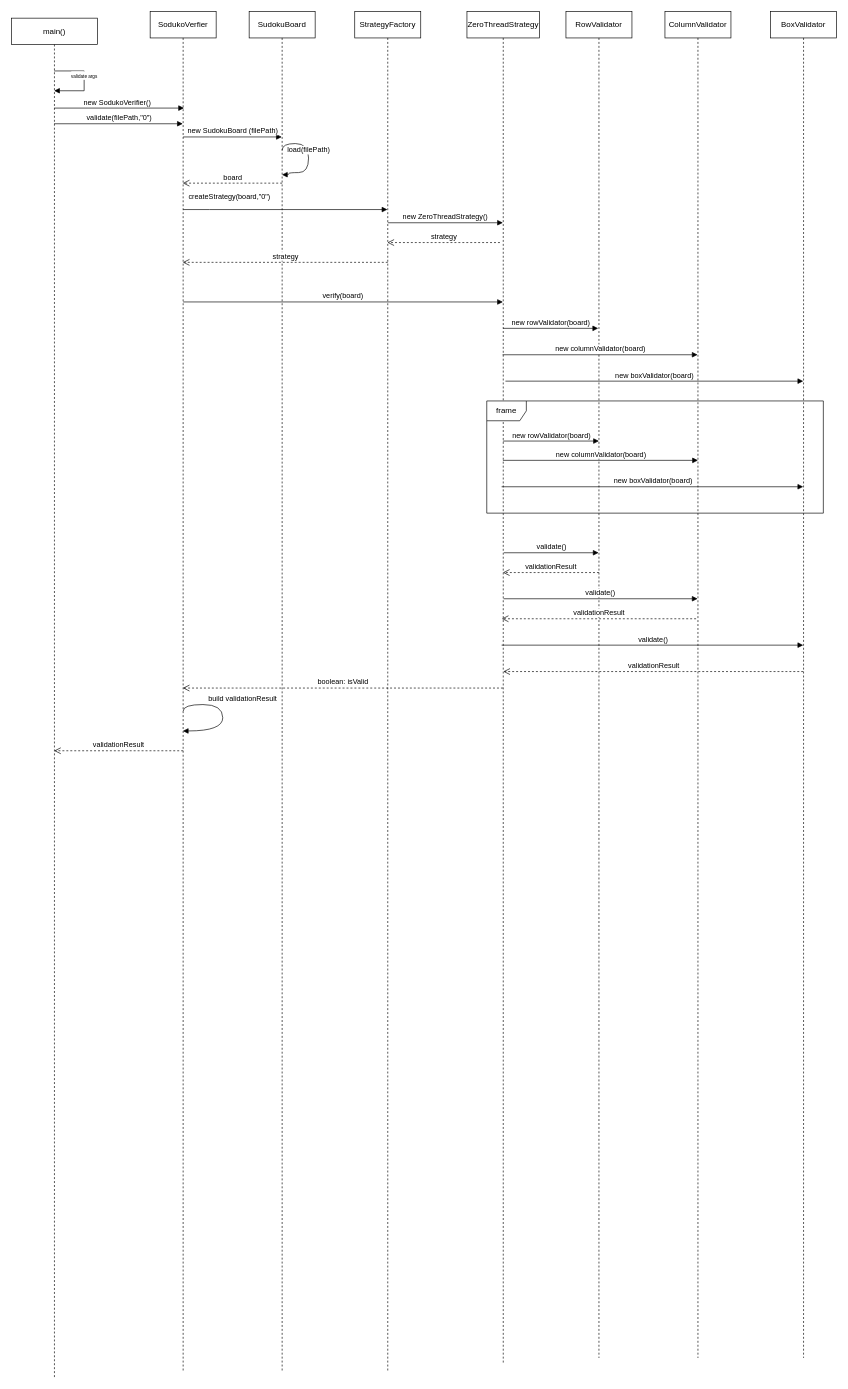
Above: zero method sequence diagram.drawio in sarazaghlool05/Sgame (draw.io), before the change. Source tidied: cells renumbered, new cells numbered last; positions are measured from the earlier drawing's top-left corner, leaving out a move shared by most shapes. Both pictures are drawn from the tidied source at 66%, with x=0, y=0 at pixel (11, 11).
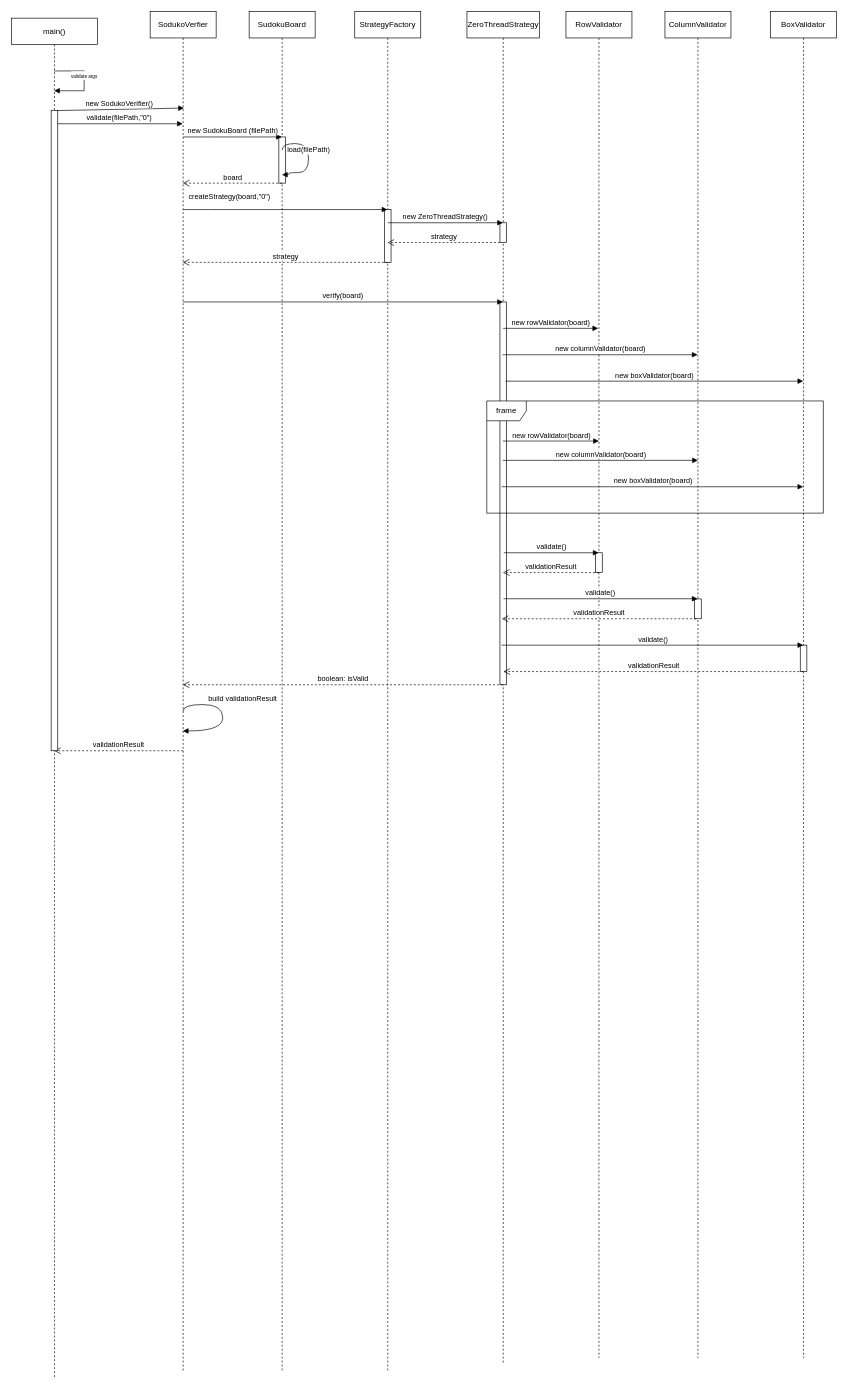
The same page after the edit.

Commit message (it also covers changes not shown here):
added activation line

Unchanged cells that the change refers to:
```xml
<mxCell id="2" value="main()" style="shape=umlLifeline;perimeter=lifelinePerimeter;whiteSpace=wrap;html=1;outlineConnect=0;portConstraint=eastwest;newEdgeStyle={&quot;curved&quot;:0,&quot;rounded&quot;:0};" parent="1" vertex="1">
  <mxGeometry y="10" width="130" height="2060" as="geometry" />
</mxCell>
<mxCell id="3" value="SodukoVerfier" style="shape=umlLifeline;perimeter=lifelinePerimeter;whiteSpace=wrap;html=1;outlineConnect=0;portConstraint=eastwest;newEdgeStyle={&quot;curved&quot;:0,&quot;rounded&quot;:0};" parent="1" vertex="1">
  <mxGeometry x="210" width="100" height="2060" as="geometry" />
</mxCell>
<mxCell id="4" value="BoxValidator" style="shape=umlLifeline;perimeter=lifelinePerimeter;whiteSpace=wrap;html=1;outlineConnect=0;portConstraint=eastwest;newEdgeStyle={&quot;curved&quot;:0,&quot;rounded&quot;:0};" parent="1" vertex="1">
  <mxGeometry x="1150" width="100" height="2040" as="geometry" />
</mxCell>
<mxCell id="5" value="SudokuBoard" style="shape=umlLifeline;perimeter=lifelinePerimeter;whiteSpace=wrap;html=1;outlineConnect=0;portConstraint=eastwest;newEdgeStyle={&quot;curved&quot;:0,&quot;rounded&quot;:0};" parent="1" vertex="1">
  <mxGeometry x="360" width="100" height="2060" as="geometry" />
</mxCell>
<mxCell id="6" value="StrategyFactory" style="shape=umlLifeline;perimeter=lifelinePerimeter;whiteSpace=wrap;html=1;outlineConnect=0;portConstraint=eastwest;newEdgeStyle={&quot;curved&quot;:0,&quot;rounded&quot;:0};" parent="1" vertex="1">
  <mxGeometry x="520" width="100" height="2060" as="geometry" />
</mxCell>
<mxCell id="7" value="RowValidator" style="shape=umlLifeline;perimeter=lifelinePerimeter;whiteSpace=wrap;html=1;outlineConnect=0;portConstraint=eastwest;newEdgeStyle={&quot;curved&quot;:0,&quot;rounded&quot;:0};" parent="1" vertex="1">
  <mxGeometry x="840" width="100" height="2040" as="geometry" />
</mxCell>
<mxCell id="8" value="ColumnValidator" style="shape=umlLifeline;perimeter=lifelinePerimeter;whiteSpace=wrap;html=1;outlineConnect=0;portConstraint=eastwest;newEdgeStyle={&quot;curved&quot;:0,&quot;rounded&quot;:0};" parent="1" vertex="1">
  <mxGeometry x="990" width="100" height="2040" as="geometry" />
</mxCell>
<mxCell id="9" value="ZeroThreadStrategy" style="shape=umlLifeline;perimeter=lifelinePerimeter;whiteSpace=wrap;html=1;outlineConnect=0;portConstraint=eastwest;newEdgeStyle={&quot;curved&quot;:0,&quot;rounded&quot;:0};" parent="1" vertex="1">
  <mxGeometry x="690" width="110" height="2050" as="geometry" />
</mxCell>
```

Diff of the diagram source:
```diff
@@
+    <mxCell id="37" style="html=1;perimeter=orthogonalPerimeter;targetShapes=umlLifeline;newEdgeStyle={&quot;curved&quot;:0,&quot;rounded&quot;:0};" parent="4" vertex="1">
+      <mxGeometry x="45" y="960" width="10" height="40" as="geometry" />
+    </mxCell>
@@
+    <mxCell id="38" style="html=1;perimeter=orthogonalPerimeter;targetShapes=umlLifeline;newEdgeStyle={&quot;curved&quot;:0,&quot;rounded&quot;:0};" parent="5" vertex="1">
+      <mxGeometry x="45" y="190" width="10" height="70" as="geometry" />
+    </mxCell>
@@
+    <mxCell id="39" style="html=1;perimeter=orthogonalPerimeter;targetShapes=umlLifeline;newEdgeStyle={&quot;curved&quot;:0,&quot;rounded&quot;:0};" parent="6" vertex="1">
+      <mxGeometry x="45" y="300" width="10" height="80" as="geometry" />
+    </mxCell>
@@
+    <mxCell id="40" style="html=1;perimeter=orthogonalPerimeter;targetShapes=umlLifeline;newEdgeStyle={&quot;curved&quot;:0,&quot;rounded&quot;:0};" parent="7" vertex="1">
+      <mxGeometry x="45" y="820" width="10" height="30" as="geometry" />
+    </mxCell>
@@
+    <mxCell id="41" style="html=1;perimeter=orthogonalPerimeter;targetShapes=umlLifeline;newEdgeStyle={&quot;curved&quot;:0,&quot;rounded&quot;:0};" parent="8" vertex="1">
+      <mxGeometry x="45" y="890" width="10" height="30" as="geometry" />
+    </mxCell>
@@
+    <mxCell id="42" style="html=1;perimeter=orthogonalPerimeter;targetShapes=umlLifeline;newEdgeStyle={&quot;curved&quot;:0,&quot;rounded&quot;:0};" parent="9" vertex="1">
+      <mxGeometry x="50" y="320" width="10" height="30" as="geometry" />
+    </mxCell>
+    <mxCell id="43" style="html=1;perimeter=orthogonalPerimeter;targetShapes=umlLifeline;newEdgeStyle={&quot;curved&quot;:0,&quot;rounded&quot;:0};" parent="9" vertex="1">
+      <mxGeometry x="50" y="440" width="10" height="580" as="geometry" />
+    </mxCell>
@@
-    <mxCell id="11" value="new SodukoVerifier()" style="html=1;verticalAlign=bottom;endArrow=block;curved=0;rounded=0;entryX=0.513;entryY=0.071;entryDx=0;entryDy=0;entryPerimeter=0;" parent="1" edge="1" source="2" target="3">
+    <mxCell id="11" value="new SodukoVerifier()" style="html=1;verticalAlign=bottom;endArrow=block;curved=0;rounded=0;entryX=0.512;entryY=0.071;entryDx=0;entryDy=0;entryPerimeter=0;" parent="1" edge="1" source="44" target="3">
       <mxGeometry x="-0.03" y="-1" relative="1" as="geometry" />
     </mxCell>
@@
     <mxCell id="34" value="boolean: isValid" style="html=1;verticalAlign=bottom;endArrow=open;dashed=1;endSize=8;curved=0;rounded=0;" parent="1" edge="1" source="9" target="3">
-      <mxGeometry relative="1" as="geometry" />
+      <mxGeometry relative="1" as="geometry">
+        <Array as="points">
+          <mxPoint x="570" y="1020" />
+        </Array>
+      </mxGeometry>
     </mxCell>
@@
+    <mxCell id="44" style="html=1;points=[[0,0,0,0,5],[0,1,0,0,-5],[1,0,0,0,5],[1,1,0,0,-5]];perimeter=orthogonalPerimeter;outlineConnect=0;targetShapes=umlLifeline;portConstraint=eastwest;newEdgeStyle={&quot;curved&quot;:0,&quot;rounded&quot;:0};" parent="1" vertex="1">
+      <mxGeometry x="60" y="150" width="10" height="970" as="geometry" />
+    </mxCell>
+    <mxCell id="45" style="html=1;verticalAlign=bottom;endArrow=block;curved=0;rounded=0;entryX=0.513;entryY=0.071;entryDx=0;entryDy=0;entryPerimeter=0;" parent="1" edge="1" source="2" target="44">
+      <mxGeometry x="-0.03" y="-1" relative="1" as="geometry" />
+    </mxCell>
```
